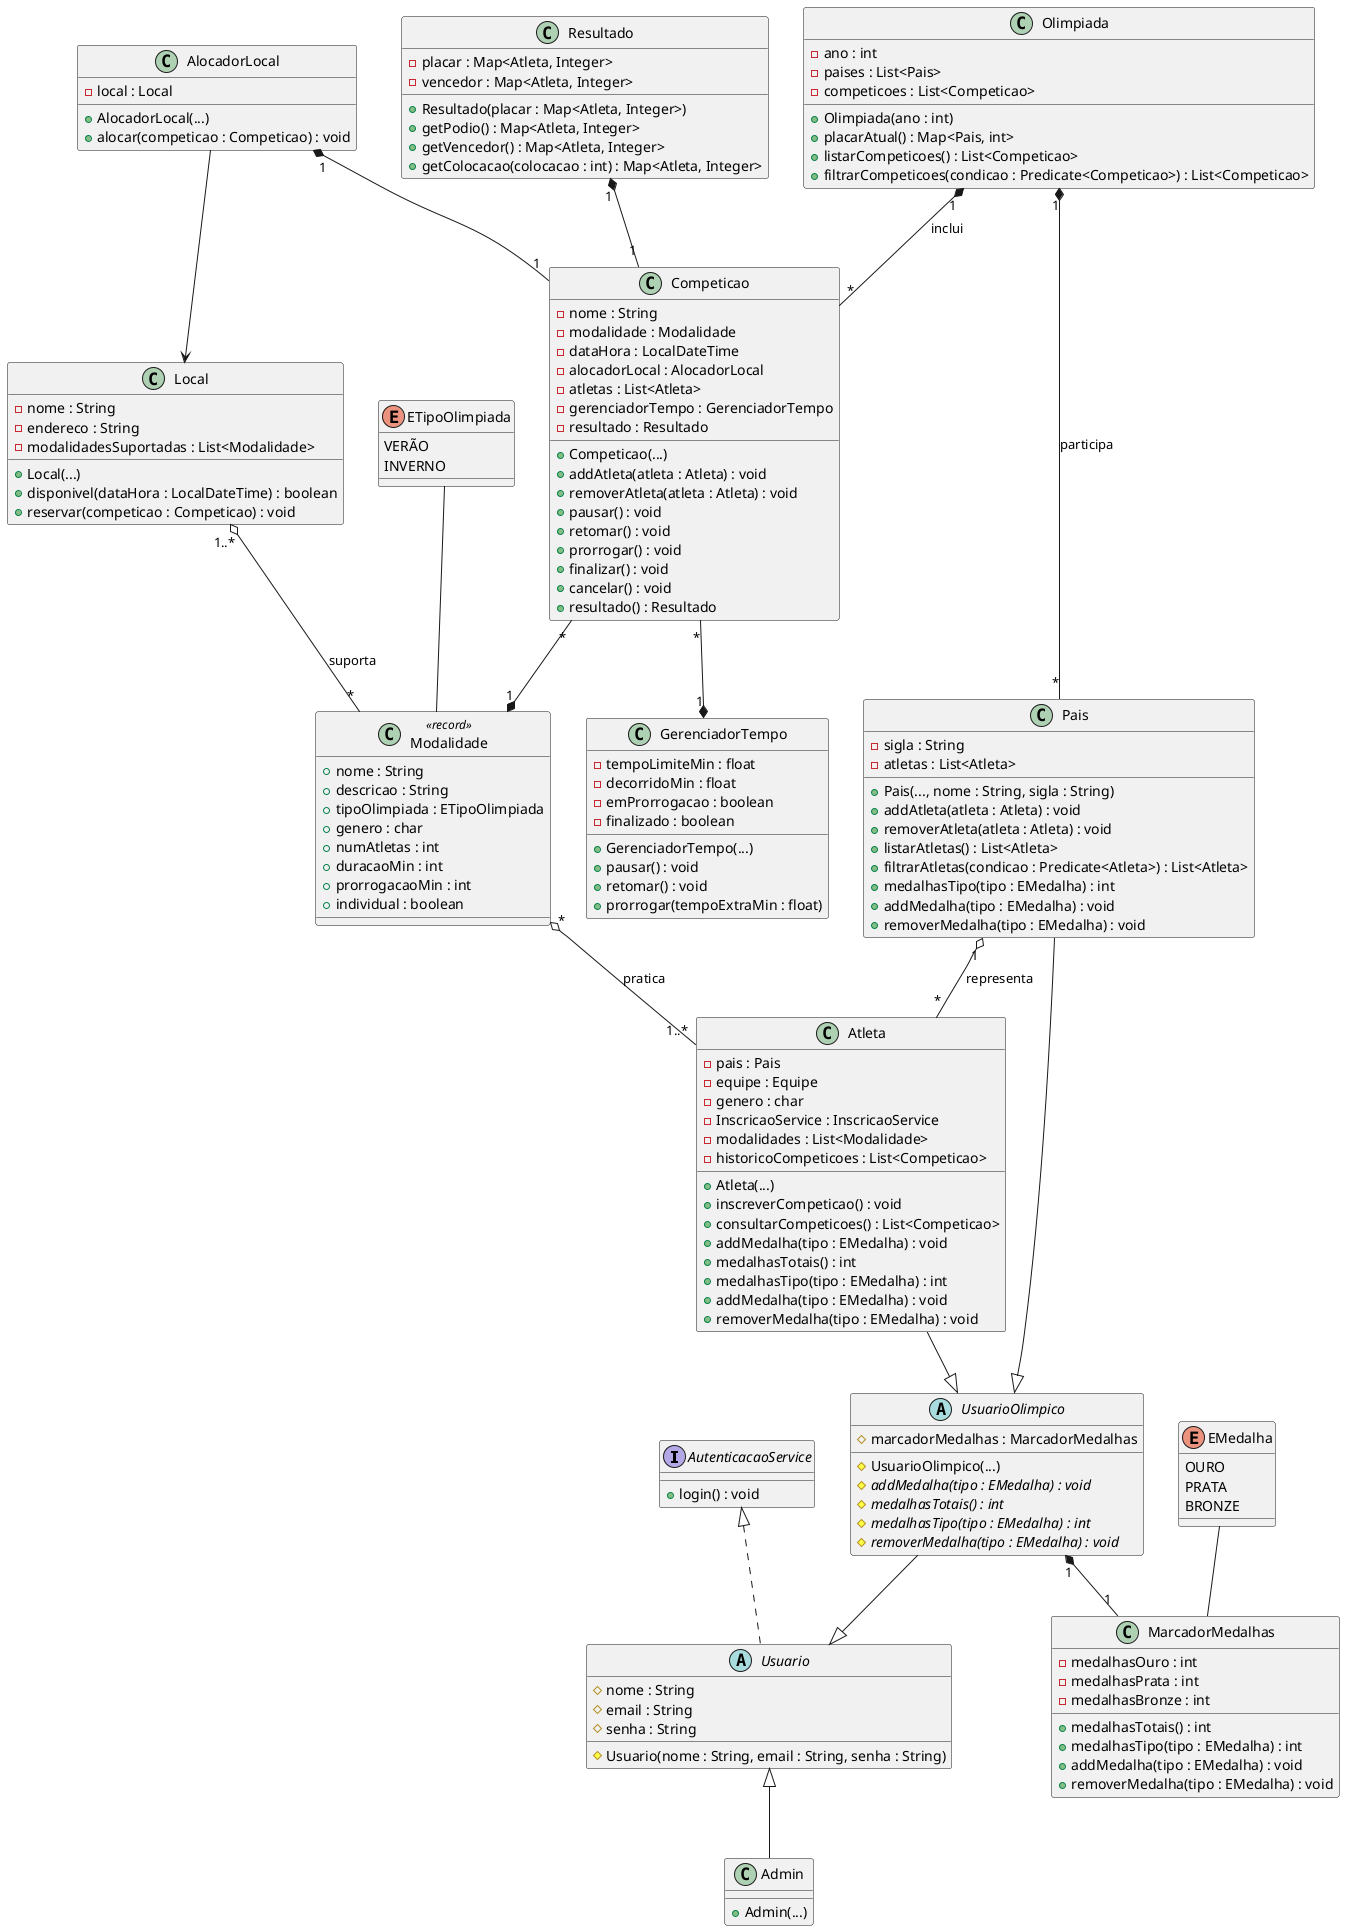
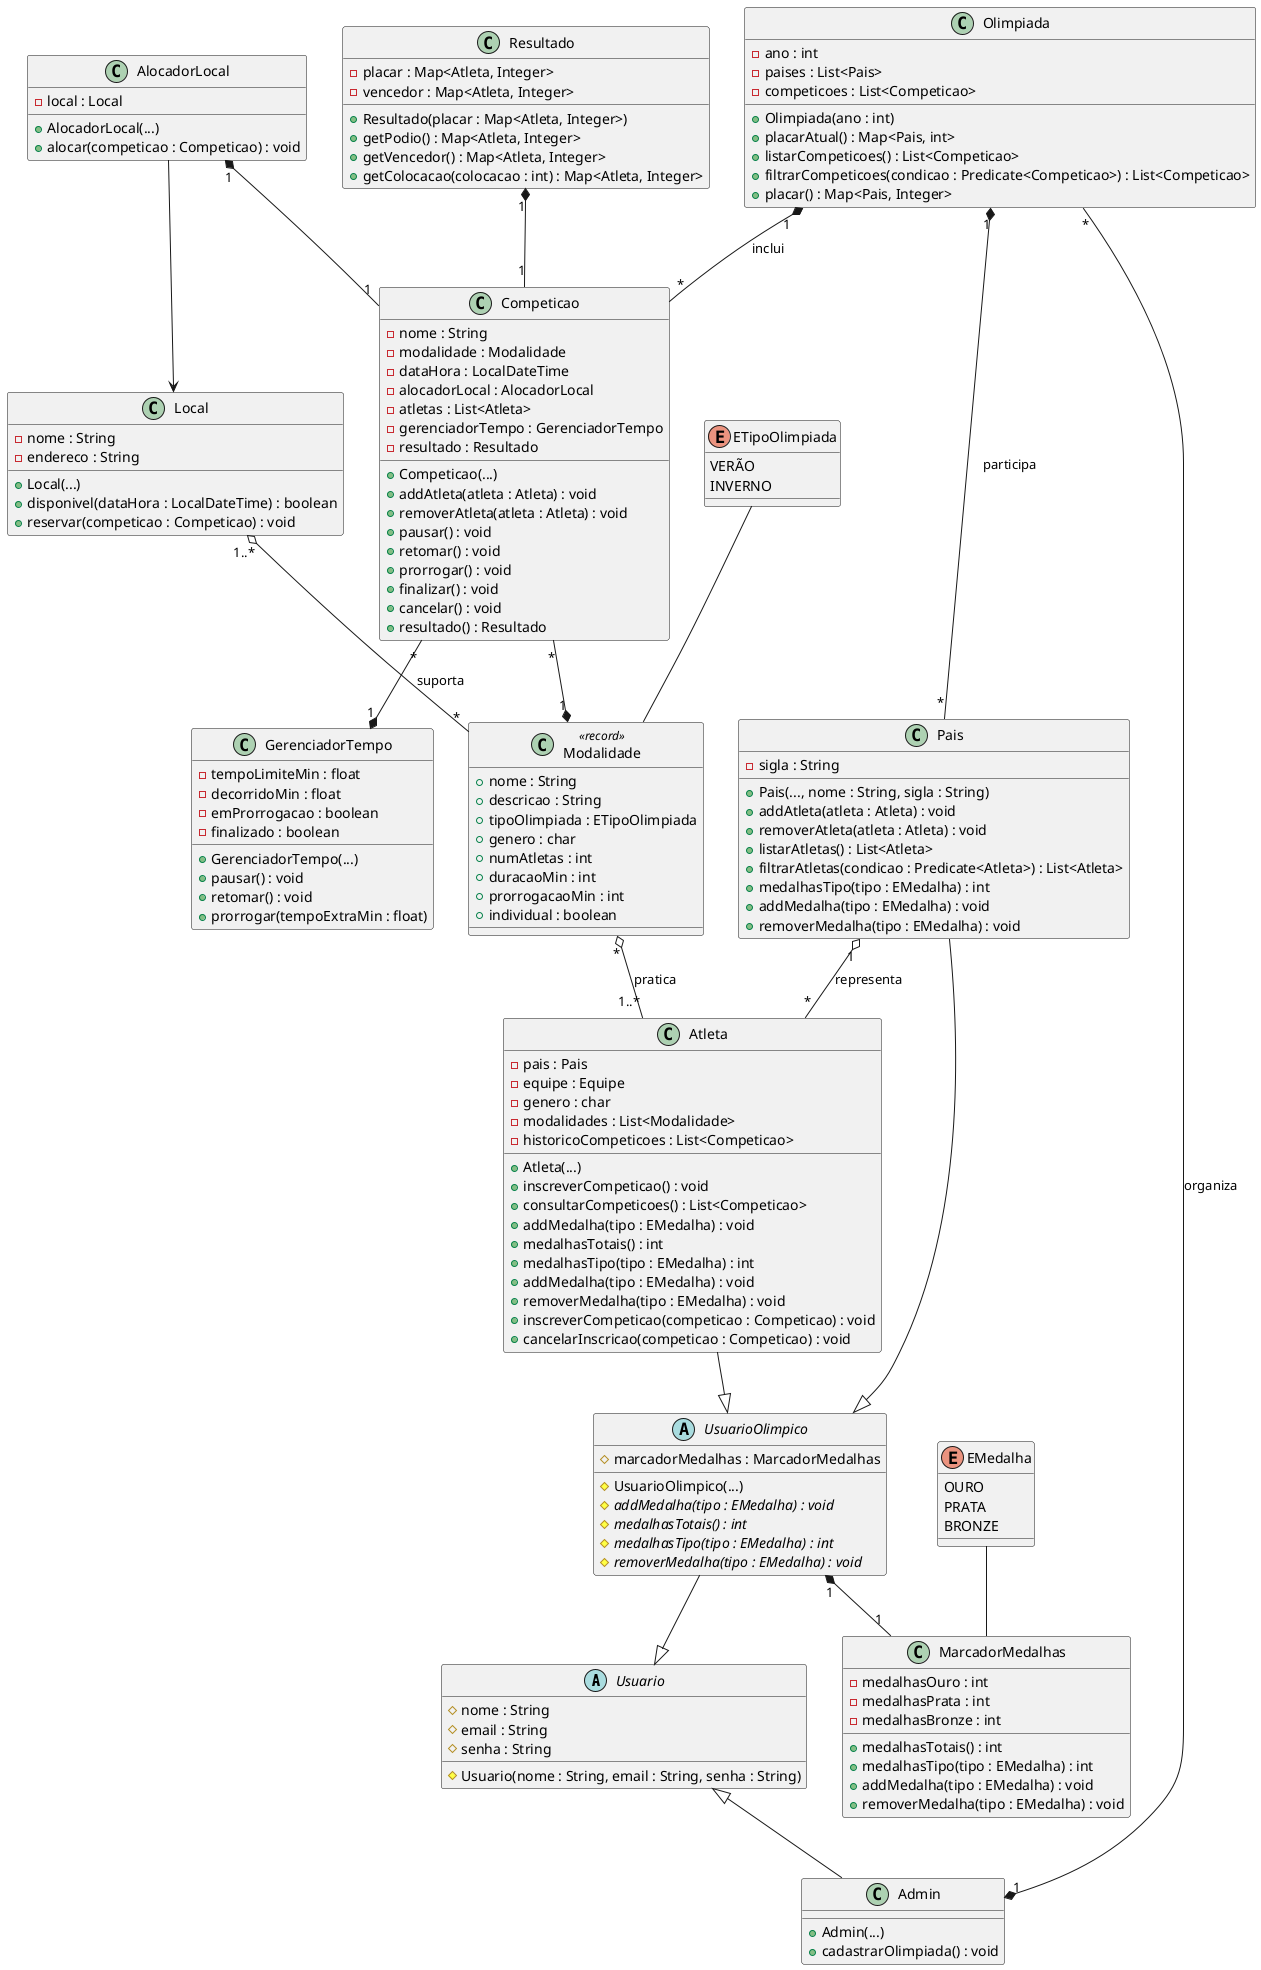
@startuml diagrama-classe
- interface AutenticacaoService {
-     + login() : void
- }
- AutenticacaoService <|.. Usuario

abstract class Usuario {
    # nome : String
    # email : String
    # senha : String
    # Usuario(nome : String, email : String, senha : String)
}

class Admin {
    + Admin(...)
+     + cadastrarOlimpiada() : void
}
Usuario <|-- Admin

class MarcadorMedalhas {
    - medalhasOuro : int
    - medalhasPrata : int
    - medalhasBronze : int
    + medalhasTotais() : int
    + medalhasTipo(tipo : EMedalha) : int
    + addMedalha(tipo : EMedalha) : void
    + removerMedalha(tipo : EMedalha) : void
}

abstract class UsuarioOlimpico {
    # marcadorMedalhas : MarcadorMedalhas
    # UsuarioOlimpico(...)
    # {abstract} addMedalha(tipo : EMedalha) : void
    # {abstract} medalhasTotais() : int
    # {abstract} medalhasTipo(tipo : EMedalha) : int
    # {abstract} removerMedalha(tipo : EMedalha) : void
}
UsuarioOlimpico --|> Usuario
UsuarioOlimpico "1" *-- "1" MarcadorMedalhas
Pais --|> UsuarioOlimpico
Atleta --|> UsuarioOlimpico

class Pais {
    - sigla : String
-     - atletas : List<Atleta>
    + Pais(..., nome : String, sigla : String)
    + addAtleta(atleta : Atleta) : void
    + removerAtleta(atleta : Atleta) : void
    + listarAtletas() : List<Atleta>
    + filtrarAtletas(condicao : Predicate<Atleta>) : List<Atleta>
    + medalhasTipo(tipo : EMedalha) : int
    + addMedalha(tipo : EMedalha) : void
    + removerMedalha(tipo : EMedalha) : void
}
Olimpiada "1" *-- "*" Pais : participa

class Atleta {
    - pais : Pais
    - equipe : Equipe
    - genero : char
-     - InscricaoService : InscricaoService
    - modalidades : List<Modalidade>
    - historicoCompeticoes : List<Competicao>
    + Atleta(...)
    + inscreverCompeticao() : void
    + consultarCompeticoes() : List<Competicao>
    + addMedalha(tipo : EMedalha) : void
    + medalhasTotais() : int
    + medalhasTipo(tipo : EMedalha) : int
    + addMedalha(tipo : EMedalha) : void
    + removerMedalha(tipo : EMedalha) : void
+     + inscreverCompeticao(competicao : Competicao) : void
+     + cancelarInscricao(competicao : Competicao) : void
}
Pais "1" o-- "*" Atleta : representa

class Modalidade <<record>>{
    + nome : String
    + descricao : String
    + tipoOlimpiada : ETipoOlimpiada
    + genero : char
    + numAtletas : int
    + duracaoMin : int
    + prorrogacaoMin : int
    + individual : boolean
}
Modalidade "*" o-- "1..*" Atleta : pratica

class GerenciadorTempo {
    - tempoLimiteMin : float
    - decorridoMin : float
    - emProrrogacao : boolean
    - finalizado : boolean
    + GerenciadorTempo(...)
    + pausar() : void
    + retomar() : void
    + prorrogar(tempoExtraMin : float)
}

class Competicao {
    - nome : String
    - modalidade : Modalidade
    - dataHora : LocalDateTime
    - alocadorLocal : AlocadorLocal
    - atletas : List<Atleta>
    - gerenciadorTempo : GerenciadorTempo
    - resultado : Resultado
    + Competicao(...)
    + addAtleta(atleta : Atleta) : void
    + removerAtleta(atleta : Atleta) : void
    + pausar() : void
    + retomar() : void
    + prorrogar() : void
    + finalizar() : void
    + cancelar() : void
    + resultado() : Resultado
}
Competicao "*" --* "1" GerenciadorTempo
Competicao "*" --* "1" Modalidade

class Local {
    - nome : String
    - endereco : String
-     - modalidadesSuportadas : List<Modalidade>
    + Local(...)
    + disponivel(dataHora : LocalDateTime) : boolean
    + reservar(competicao : Competicao) : void
}
Local "1..*" o-- "*" Modalidade : suporta

class AlocadorLocal {
    - local : Local
    + AlocadorLocal(...)
    + alocar(competicao : Competicao) : void
}
AlocadorLocal --> Local
AlocadorLocal "1" *-- "1" Competicao

class Resultado {
    - placar : Map<Atleta, Integer>
    - vencedor : Map<Atleta, Integer>
    + Resultado(placar : Map<Atleta, Integer>)
    + getPodio() : Map<Atleta, Integer>
    + getVencedor() : Map<Atleta, Integer>
    + getColocacao(colocacao : int) : Map<Atleta, Integer>
}
Resultado "1" *-- "1" Competicao

enum EMedalha {
    OURO
    PRATA
    BRONZE
}
EMedalha -- MarcadorMedalhas

class Olimpiada {
    - ano : int
    - paises : List<Pais>
    - competicoes : List<Competicao>
    + Olimpiada(ano : int)
    + placarAtual() : Map<Pais, int>
    + listarCompeticoes() : List<Competicao>
    + filtrarCompeticoes(condicao : Predicate<Competicao>) : List<Competicao>
+     + placar() : Map<Pais, Integer>
}
Olimpiada "1" *-- "*" Competicao : inclui
+ Olimpiada "*" --* "1" Admin : organiza

enum ETipoOlimpiada {
    VERÃO
    INVERNO
}
ETipoOlimpiada -- Modalidade

@enduml